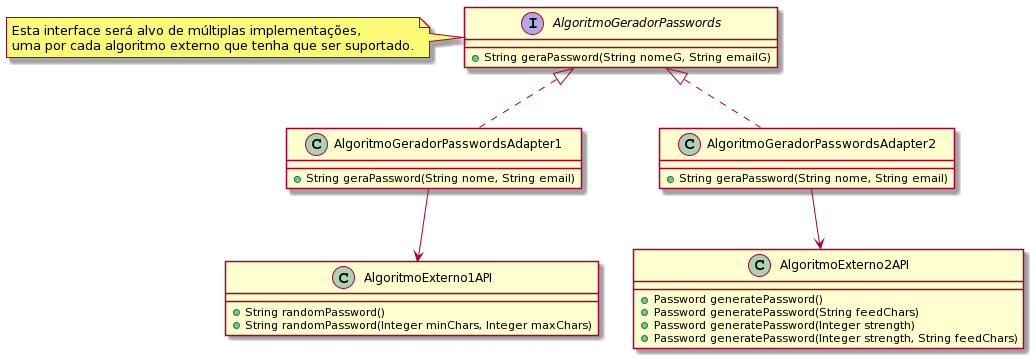
Before: Sprint 2 - Documentação/UC01_Registar_Organizacao/UC01_Registar_Organizacao_DC_Pt2.png, a diagram exported from PlantUML (blestonbandeiraUPSKILL/upskill_java1_labprg_grupo2). The source it was exported from:
```plantuml
@startuml
top to bottom direction

interface AlgoritmoGeradorPasswords {
+String geraPassword(String nomeG, String emailG)
}

note left
Esta interface será alvo de múltiplas implementações,
uma por cada algoritmo externo que tenha que ser suportado.
end note

class AlgoritmoGeradorPasswordsAdapter1 {
+String geraPassword(String nome, String email)
}

class AlgoritmoGeradorPasswordsAdapter2 {
+String geraPassword(String nome, String email)
}

class AlgoritmoExterno1API {
+String randomPassword()
+String randomPassword(Integer minChars, Integer maxChars)
}

class AlgoritmoExterno2API {
+Password generatePassword()
+Password generatePassword(String feedChars)
+Password generatePassword(Integer strength)
+Password generatePassword(Integer strength, String feedChars)
}

AlgoritmoGeradorPasswords <|.. AlgoritmoGeradorPasswordsAdapter1
AlgoritmoGeradorPasswordsAdapter1 --> AlgoritmoExterno1API
AlgoritmoGeradorPasswords <|.. AlgoritmoGeradorPasswordsAdapter2
AlgoritmoGeradorPasswordsAdapter2 --> AlgoritmoExterno2API
@enduml
```
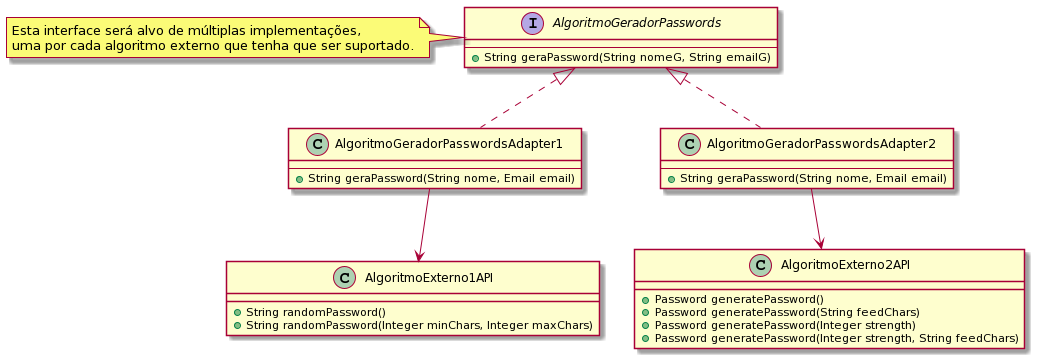
Later version of the same file.

The edit, as a diff of the source:
```diff
@@ -1,8 +1,7 @@
 @startuml
-top to bottom direction
-
 interface AlgoritmoGeradorPasswords {
-+String geraPassword(String nomeG, String emailG)
+    --
+    +String geraPassword(String nomeG, String emailG)
 }
 
 note left
@@ -11,23 +10,25 @@
 end note
 
 class AlgoritmoGeradorPasswordsAdapter1 {
-+String geraPassword(String nome, String email)
+    --
+    +String geraPassword(String nome, Email email)
 }
 
 class AlgoritmoGeradorPasswordsAdapter2 {
-+String geraPassword(String nome, String email)
+    --
+    +String geraPassword(String nome, Email email)
 }
 
 class AlgoritmoExterno1API {
-+String randomPassword()
-+String randomPassword(Integer minChars, Integer maxChars)
+    +String randomPassword()
+    +String randomPassword(Integer minChars, Integer maxChars)
 }
 
 class AlgoritmoExterno2API {
-+Password generatePassword()
-+Password generatePassword(String feedChars)
-+Password generatePassword(Integer strength)
-+Password generatePassword(Integer strength, String feedChars)
+    +Password generatePassword()
+    +Password generatePassword(String feedChars)
+    +Password generatePassword(Integer strength)
+    +Password generatePassword(Integer strength, String feedChars)
 }
 
 AlgoritmoGeradorPasswords <|.. AlgoritmoGeradorPasswordsAdapter1
```
